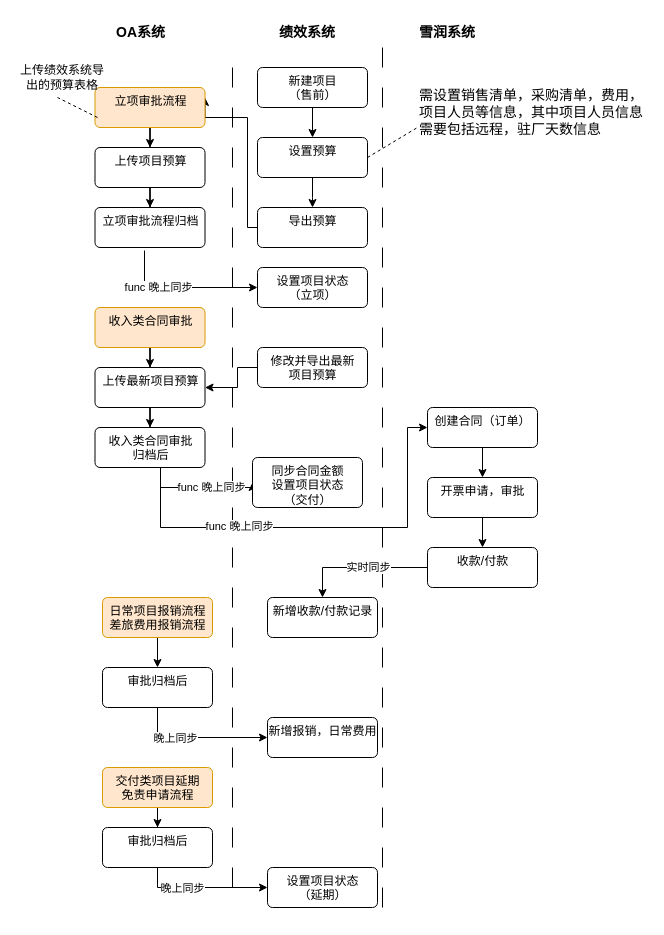
easefulfil/CLOUDCARE keeps this draw.io diagram as page "总体业务流程图2.0 for 使用说明书" (8 of 8) of shrine-doc/项目绩效总体流程.drawio. Above is the earlier version. Source tidied: cells renumbered, new cells numbered last; positions are measured from the earlier drawing's top-left corner, leaving out a move shared by most shapes. Both pictures are drawn from the tidied source at 100%, with x=0, y=0 at pixel (17, 17).
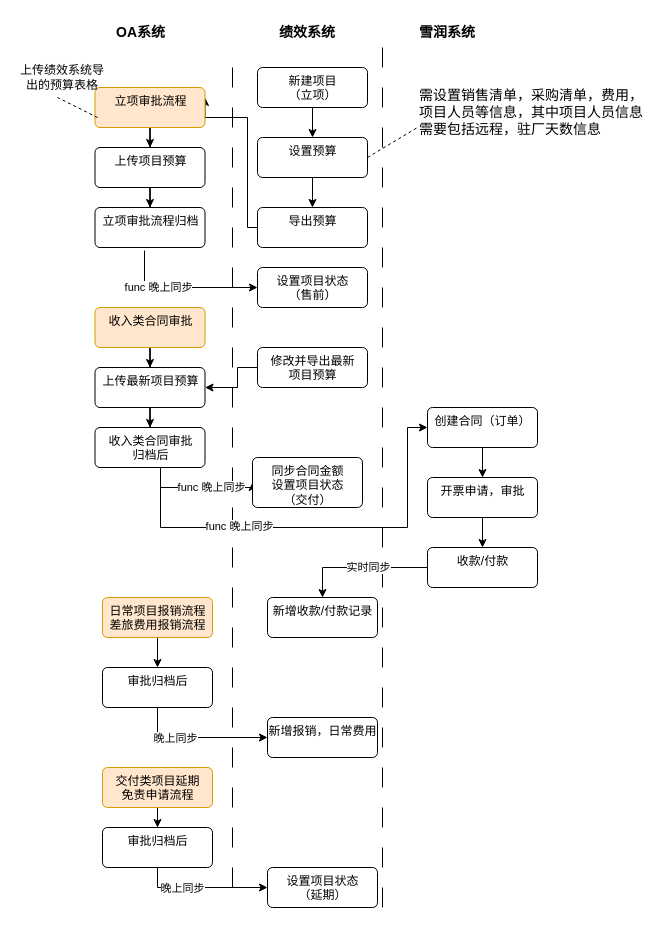
After the change.

Commit message:
更新项目绩效总体流程.drawio

Change to the diagram source:
```diff
@@
-    <mxCell id="8" value="新建项目&lt;br&gt;（售前）" style="html=1;align=center;verticalAlign=top;rounded=1;absoluteArcSize=1;arcSize=10;dashed=0;" parent="1" vertex="1">
+    <mxCell id="8" value="新建项目&lt;br&gt;（立项）" style="html=1;align=center;verticalAlign=top;rounded=1;absoluteArcSize=1;arcSize=10;dashed=0;" parent="1" vertex="1">
       <mxGeometry x="240" y="50" width="110" height="40" as="geometry" />
     </mxCell>
@@
-    <mxCell id="53" value="设置项目状态&lt;br&gt;（立项）" style="html=1;align=center;verticalAlign=top;rounded=1;absoluteArcSize=1;arcSize=10;dashed=0;" parent="1" vertex="1">
+    <mxCell id="53" value="设置项目状态&lt;br&gt;（售前）" style="html=1;align=center;verticalAlign=top;rounded=1;absoluteArcSize=1;arcSize=10;dashed=0;" parent="1" vertex="1">
       <mxGeometry x="240" y="250" width="110" height="40" as="geometry" />
     </mxCell>
```
